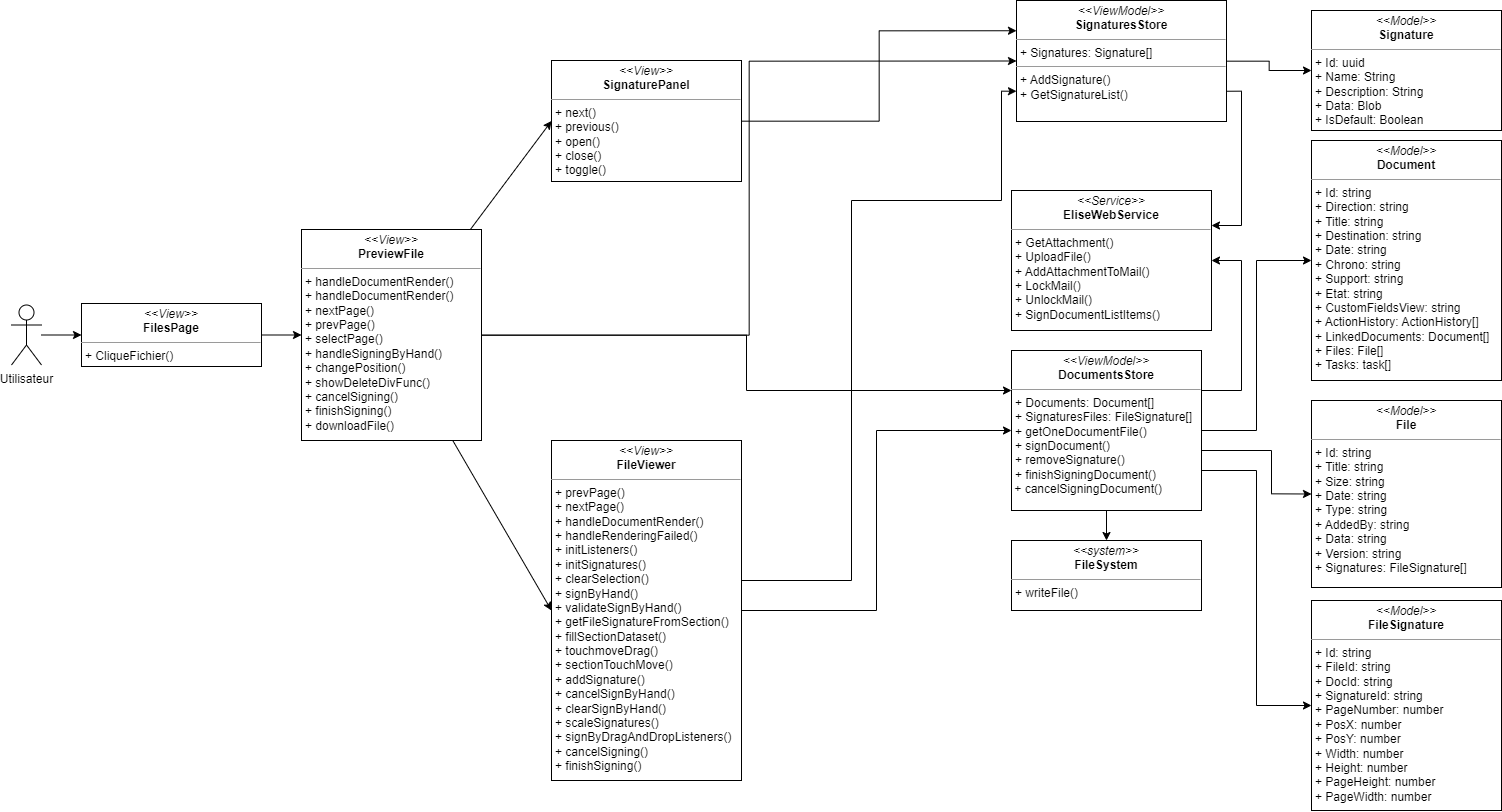
The draw.io diagram images_pfe/dcc_spint4.png in PFE-Neoledge-2023/rapport, before a commit. Source tidied: cells renumbered, new cells last; positions are measured from the earlier drawing's top-left corner, leaving out a move shared by most shapes.
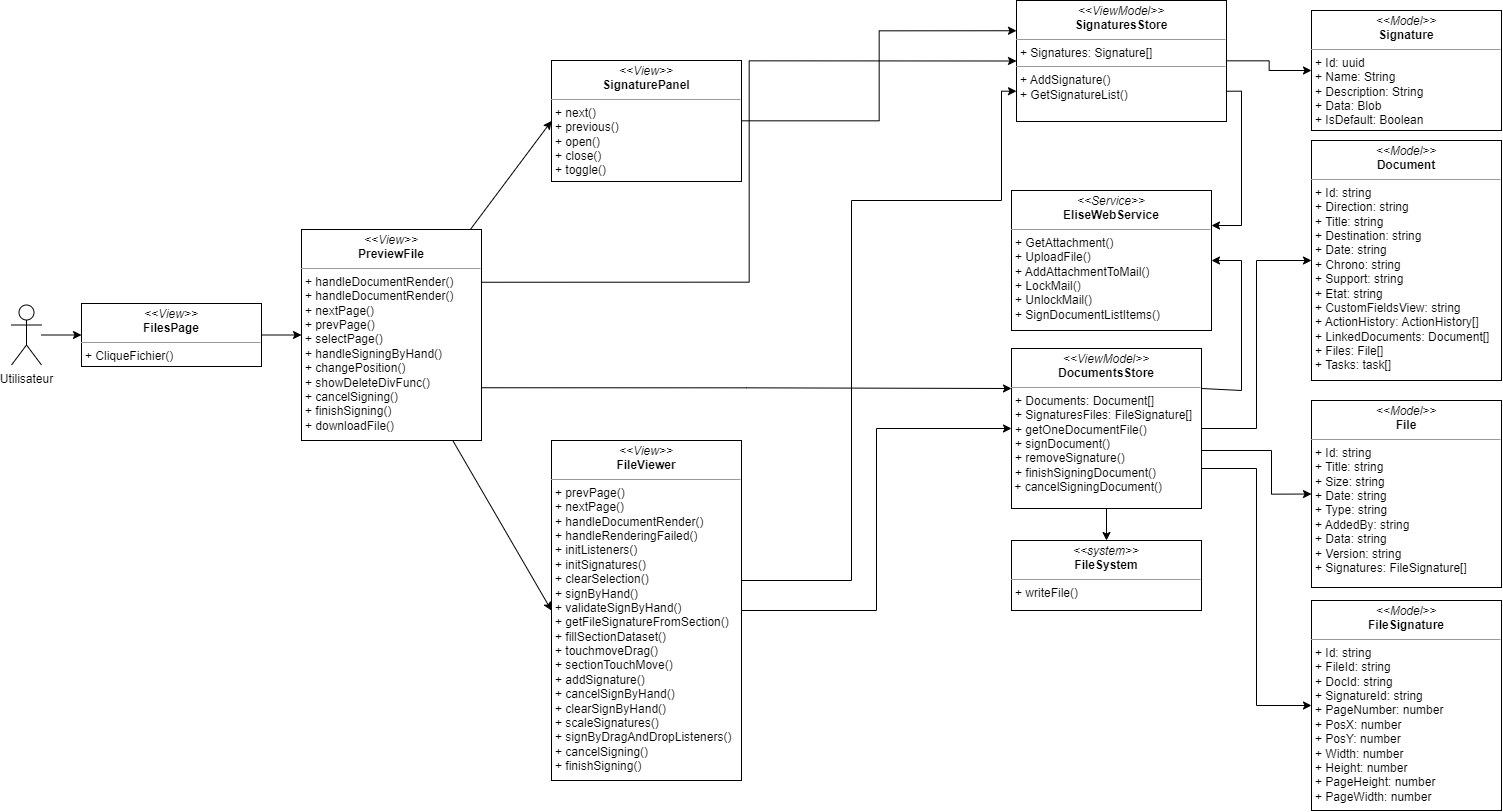
Later version of the same file.

Diff of the diagram source:
```diff
@@ -40,7 +40,7 @@
       </mxGeometry>
     </mxCell>
     <mxCell id="11" value="&lt;p style=&quot;margin:0px;margin-top:4px;text-align:center;&quot;&gt;&lt;i&gt;&amp;lt;&amp;lt;ViewModel&amp;gt;&amp;gt;&lt;/i&gt;&lt;br&gt;&lt;b&gt;DocumentsStore&lt;/b&gt;&lt;/p&gt;&lt;hr size=&quot;1&quot;&gt;&lt;p style=&quot;margin:0px;margin-left:4px;&quot;&gt;&lt;span style=&quot;background-color: initial;&quot;&gt;+ Documents: Document[]&lt;/span&gt;&lt;/p&gt;&lt;p style=&quot;margin:0px;margin-left:4px;&quot;&gt;&lt;span style=&quot;background-color: initial;&quot;&gt;+ SignaturesFiles: FileSignature[]&lt;/span&gt;&lt;/p&gt;&lt;p style=&quot;margin:0px;margin-left:4px;&quot;&gt;+&amp;nbsp;&lt;span style=&quot;background-color: initial;&quot;&gt;getOneDocumentFile()&lt;/span&gt;&lt;/p&gt;&lt;p style=&quot;margin:0px;margin-left:4px;&quot;&gt;+ signDocument()&lt;/p&gt;&lt;p style=&quot;margin:0px;margin-left:4px;&quot;&gt;+ removeSignature()&lt;/p&gt;&lt;p style=&quot;margin:0px;margin-left:4px;&quot;&gt;+ finishSigningDocument()&lt;br&gt;&lt;/p&gt;&lt;div&gt;&amp;nbsp;+ cancelSigningDocument()&lt;br&gt;&lt;/div&gt;&lt;div&gt;&lt;br&gt;&lt;/div&gt;" style="verticalAlign=top;align=left;overflow=fill;fontSize=12;fontFamily=Helvetica;html=1;whiteSpace=wrap;" parent="1" vertex="1">
-      <mxGeometry x="1000" y="350" width="190" height="160" as="geometry" />
+      <mxGeometry x="1000" y="348" width="190" height="160" as="geometry" />
     </mxCell>
     <mxCell id="12" value="&lt;p style=&quot;margin:0px;margin-top:4px;text-align:center;&quot;&gt;&lt;i&gt;&amp;lt;&amp;lt;Model&amp;gt;&amp;gt;&lt;/i&gt;&lt;br&gt;&lt;b&gt;Signature&lt;/b&gt;&lt;/p&gt;&lt;hr size=&quot;1&quot;&gt;&lt;p style=&quot;margin:0px;margin-left:4px;&quot;&gt;+ Id: uuid&lt;br&gt;&lt;/p&gt;&lt;p style=&quot;margin:0px;margin-left:4px;&quot;&gt;+ Name: String&lt;/p&gt;&lt;p style=&quot;margin:0px;margin-left:4px;&quot;&gt;+ Description: String&lt;/p&gt;&lt;p style=&quot;margin:0px;margin-left:4px;&quot;&gt;+ Data: Blob&lt;/p&gt;&lt;p style=&quot;margin:0px;margin-left:4px;&quot;&gt;+ IsDefault: Boolean&lt;/p&gt;" style="verticalAlign=top;align=left;overflow=fill;fontSize=12;fontFamily=Helvetica;html=1;whiteSpace=wrap;" parent="1" vertex="1">
       <mxGeometry x="1300" y="10" width="190" height="120" as="geometry" />
@@ -51,10 +51,10 @@
     <mxCell id="14" style="edgeStyle=none;html=1;entryX=0;entryY=0.5;entryDx=0;entryDy=0;" parent="1" edge="1" source="17" target="22">
       <mxGeometry relative="1" as="geometry" />
     </mxCell>
-    <mxCell id="15" style="edgeStyle=orthogonalEdgeStyle;rounded=0;html=1;entryX=0;entryY=0.5;entryDx=0;entryDy=0;" parent="1" edge="1" source="17" target="26">
+    <mxCell id="15" style="edgeStyle=orthogonalEdgeStyle;rounded=0;html=1;entryX=0;entryY=0.5;entryDx=0;entryDy=0;exitX=1;exitY=0.25;exitDx=0;exitDy=0;" parent="1" edge="1" source="17" target="26">
       <mxGeometry relative="1" as="geometry" />
     </mxCell>
-    <mxCell id="16" style="edgeStyle=orthogonalEdgeStyle;rounded=0;html=1;entryX=0;entryY=0.25;entryDx=0;entryDy=0;" parent="1" edge="1" source="17" target="11">
+    <mxCell id="16" style="edgeStyle=orthogonalEdgeStyle;rounded=0;html=1;entryX=0;entryY=0.25;entryDx=0;entryDy=0;exitX=1;exitY=0.75;exitDx=0;exitDy=0;" parent="1" edge="1" source="17" target="11">
       <mxGeometry relative="1" as="geometry" />
     </mxCell>
     <mxCell id="17" value="&lt;p style=&quot;margin:0px;margin-top:4px;text-align:center;&quot;&gt;&lt;i&gt;&amp;lt;&amp;lt;View&amp;gt;&amp;gt;&lt;/i&gt;&lt;br&gt;&lt;b&gt;PreviewFile&lt;/b&gt;&lt;/p&gt;&lt;hr style=&quot;border-color: var(--border-color);&quot; size=&quot;1&quot;&gt;&lt;p style=&quot;border-color: var(--border-color); margin: 0px 0px 0px 4px;&quot;&gt;+&amp;nbsp;handleDocumentRender()&lt;/p&gt;&lt;p style=&quot;border-color: var(--border-color); margin: 0px 0px 0px 4px;&quot;&gt;+&amp;nbsp;&lt;span style=&quot;background-color: initial;&quot;&gt;handleDocumentRender()&lt;/span&gt;&lt;/p&gt;&lt;p style=&quot;border-color: var(--border-color); margin: 0px 0px 0px 4px;&quot;&gt;+ nextPage()&lt;/p&gt;&lt;p style=&quot;border-color: var(--border-color); margin: 0px 0px 0px 4px;&quot;&gt;+ prevPage()&lt;/p&gt;&lt;p style=&quot;border-color: var(--border-color); margin: 0px 0px 0px 4px;&quot;&gt;+ selectPage()&lt;/p&gt;&lt;p style=&quot;border-color: var(--border-color); margin: 0px 0px 0px 4px;&quot;&gt;+ handleSigningByHand()&lt;/p&gt;&lt;p style=&quot;border-color: var(--border-color); margin: 0px 0px 0px 4px;&quot;&gt;+ changePosition()&lt;/p&gt;&lt;p style=&quot;border-color: var(--border-color); margin: 0px 0px 0px 4px;&quot;&gt;+&amp;nbsp;&lt;span style=&quot;background-color: initial;&quot;&gt;showDeleteDivFunc()&lt;/span&gt;&lt;/p&gt;&lt;p style=&quot;border-color: var(--border-color); margin: 0px 0px 0px 4px;&quot;&gt;&lt;span style=&quot;background-color: initial;&quot;&gt;+ cancelSigning()&lt;/span&gt;&lt;br&gt;&lt;/p&gt;&lt;p style=&quot;border-color: var(--border-color); margin: 0px 0px 0px 4px;&quot;&gt;+ finishSigning()&lt;/p&gt;&lt;p style=&quot;border-color: var(--border-color); margin: 0px 0px 0px 4px;&quot;&gt;+ downloadFile()&lt;/p&gt;" style="verticalAlign=top;align=left;overflow=fill;fontSize=12;fontFamily=Helvetica;html=1;whiteSpace=wrap;" parent="1" vertex="1">
```
